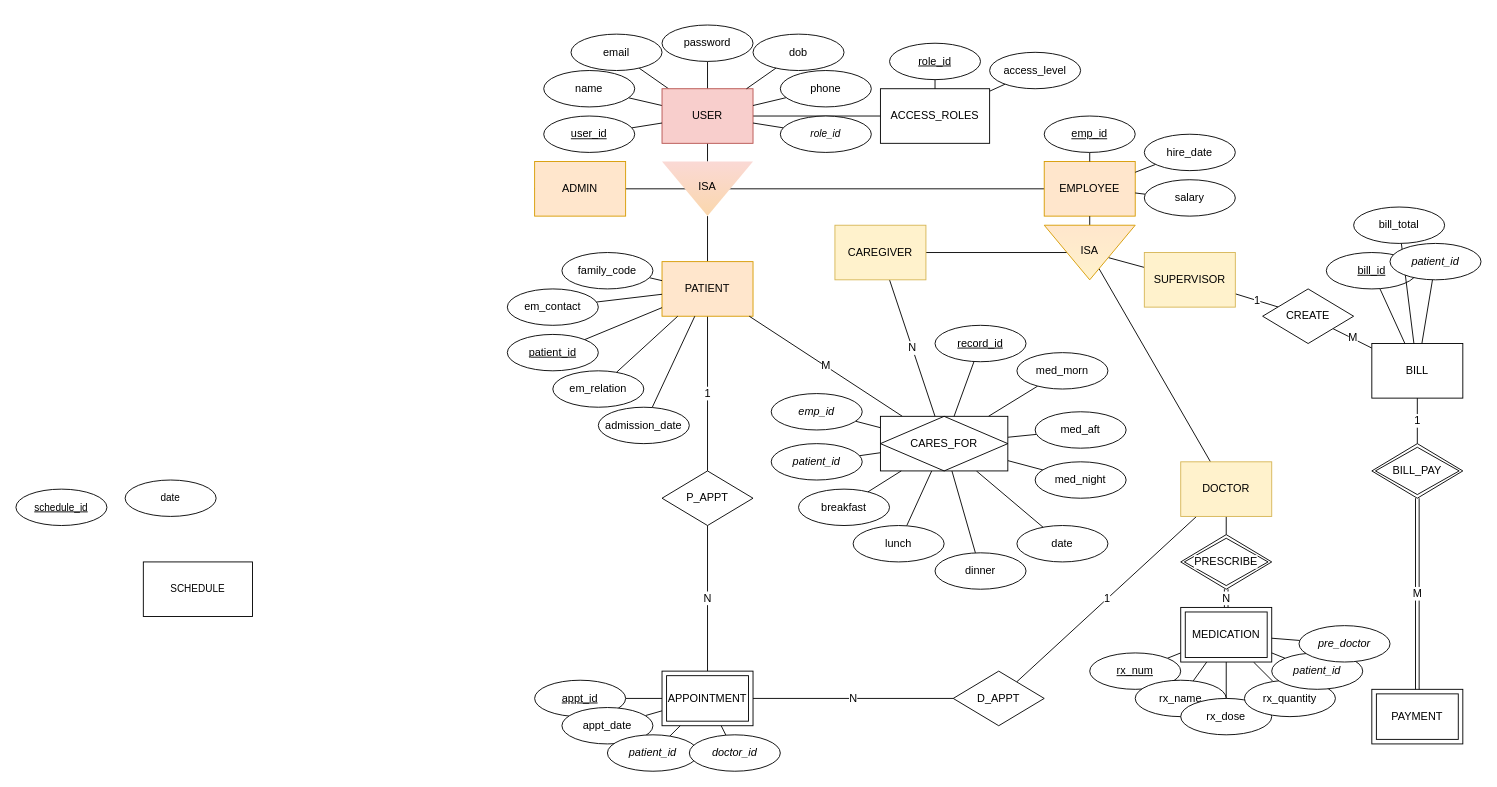
The draw.io diagram ERD.drawio in emott13/aegis, before the edit. Source tidied: cells renumbered, new cells numbered last; positions are measured from the earlier drawing's top-left corner, leaving out a move shared by most shapes. Both pictures are drawn from the tidied source at 91%, with x=0, y=0 at pixel (15, 25).
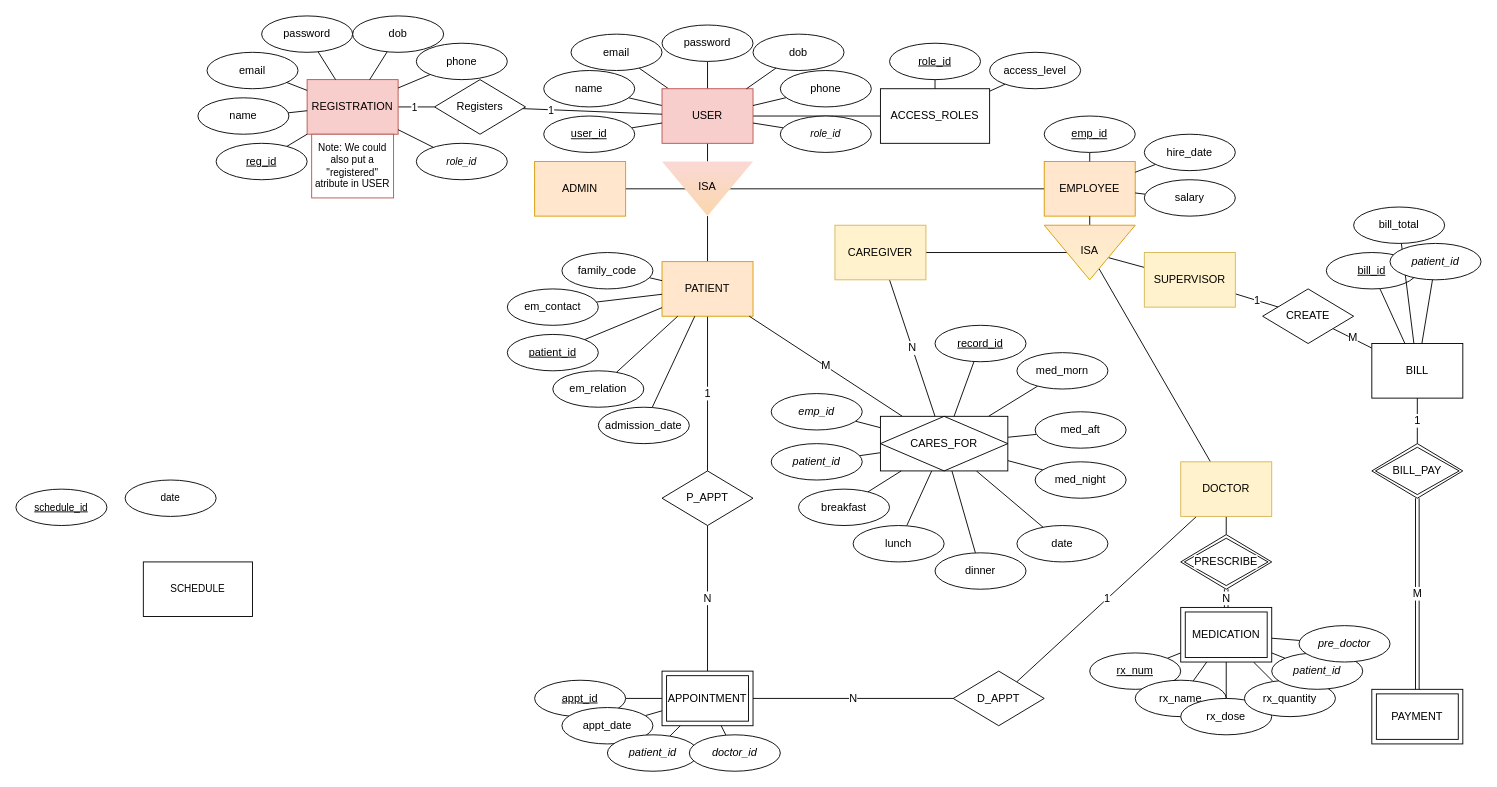
After the change.

Commit message:
Added REGISTRATION table to ERD

The change refers to these unchanged cells:
```xml
<mxCell id="7" value="USER" style="whiteSpace=wrap;html=1;align=center;fillColor=#f8cecc;strokeColor=#b85450;" parent="1" vertex="1">
  <mxGeometry x="710" y="70" width="100" height="60" as="geometry" />
</mxCell>
```

Change to the diagram source:
```diff
@@
+    <mxCell id="127" style="edgeStyle=none;shape=connector;rounded=1;html=1;strokeColor=default;align=center;verticalAlign=middle;fontFamily=Helvetica;fontSize=11;fontColor=default;labelBackgroundColor=default;endArrow=none;endFill=0;" parent="1" edge="1" source="131" target="7">
+      <mxGeometry relative="1" as="geometry" />
+    </mxCell>
+    <mxCell id="128" value="1" style="edgeLabel;html=1;align=center;verticalAlign=middle;fontFamily=Helvetica;fontSize=11;fontColor=default;labelBackgroundColor=default;" parent="127" vertex="1">
+      <mxGeometry x="-0.59" relative="1" as="geometry" />
+    </mxCell>
+    <mxCell id="129" style="edgeStyle=none;shape=connector;rounded=1;html=1;strokeColor=default;align=center;verticalAlign=middle;fontFamily=Helvetica;fontSize=11;fontColor=default;labelBackgroundColor=default;endArrow=none;endFill=0;" parent="1" edge="1" source="131" target="133">
+      <mxGeometry relative="1" as="geometry" />
+    </mxCell>
+    <mxCell id="130" value="1" style="edgeLabel;html=1;align=center;verticalAlign=middle;fontFamily=Helvetica;fontSize=11;fontColor=default;labelBackgroundColor=default;" parent="129" vertex="1">
+      <mxGeometry x="0.16" relative="1" as="geometry" />
+    </mxCell>
+    <mxCell id="131" value="Registers" style="shape=rhombus;perimeter=rhombusPerimeter;whiteSpace=wrap;html=1;align=center;strokeColor=default;verticalAlign=middle;fontFamily=Helvetica;fontSize=12;fontColor=default;fillColor=default;" parent="1" vertex="1">
+      <mxGeometry x="460" y="60" width="100" height="60" as="geometry" />
+    </mxCell>
+    <mxCell id="132" style="group;labelBackgroundColor=none;" parent="1" vertex="1">
+      <mxGeometry x="320" y="60" width="100" height="130" as="geometry" />
+    </mxCell>
+    <mxCell id="133" value="REGISTRATION" style="whiteSpace=wrap;html=1;align=center;fillColor=#f8cecc;strokeColor=#b85450;" parent="132" vertex="1">
+      <mxGeometry width="100" height="60" as="geometry" />
+    </mxCell>
+    <mxCell id="134" value="&lt;span&gt;Note: We could also put a &quot;registered&quot; atribute in USER&lt;/span&gt;" style="text;html=1;align=center;verticalAlign=middle;whiteSpace=wrap;rounded=0;fontFamily=Helvetica;fontSize=11;labelBackgroundColor=none;fillColor=default;strokeColor=#b85450;" parent="132" vertex="1">
+      <mxGeometry x="5" y="60" width="90" height="70" as="geometry" />
+    </mxCell>
+    <mxCell id="135" style="edgeStyle=none;shape=connector;rounded=1;html=1;strokeColor=default;align=center;verticalAlign=middle;fontFamily=Helvetica;fontSize=11;fontColor=default;labelBackgroundColor=default;endArrow=none;endFill=0;" parent="1" edge="1" source="136" target="133">
+      <mxGeometry relative="1" as="geometry" />
+    </mxCell>
+    <mxCell id="136" value="reg_id" style="ellipse;whiteSpace=wrap;html=1;align=center;strokeColor=default;verticalAlign=middle;fontFamily=Helvetica;fontSize=12;fontColor=default;labelBackgroundColor=default;fillColor=default;fontStyle=4;" parent="1" vertex="1">
+      <mxGeometry x="220" y="130" width="100" height="40" as="geometry" />
+    </mxCell>
+    <mxCell id="137" style="edgeStyle=none;shape=connector;rounded=1;html=1;strokeColor=default;align=center;verticalAlign=middle;fontFamily=Helvetica;fontSize=11;fontColor=default;labelBackgroundColor=default;endArrow=none;endFill=0;" parent="1" edge="1" source="138" target="133">
+      <mxGeometry relative="1" as="geometry" />
+    </mxCell>
+    <mxCell id="138" value="name" style="ellipse;whiteSpace=wrap;html=1;align=center;strokeColor=default;verticalAlign=middle;fontFamily=Helvetica;fontSize=12;fontColor=default;labelBackgroundColor=default;fillColor=default;" parent="1" vertex="1">
+      <mxGeometry x="200" y="80" width="100" height="40" as="geometry" />
+    </mxCell>
+    <mxCell id="139" style="edgeStyle=none;shape=connector;rounded=1;html=1;strokeColor=default;align=center;verticalAlign=middle;fontFamily=Helvetica;fontSize=11;fontColor=default;labelBackgroundColor=default;endArrow=none;endFill=0;" parent="1" edge="1" source="140" target="133">
+      <mxGeometry relative="1" as="geometry" />
+    </mxCell>
+    <mxCell id="140" value="email" style="ellipse;whiteSpace=wrap;html=1;align=center;strokeColor=default;verticalAlign=middle;fontFamily=Helvetica;fontSize=12;fontColor=default;labelBackgroundColor=default;fillColor=default;" parent="1" vertex="1">
+      <mxGeometry x="210" y="30" width="100" height="40" as="geometry" />
+    </mxCell>
+    <mxCell id="141" style="edgeStyle=none;shape=connector;rounded=1;html=1;strokeColor=default;align=center;verticalAlign=middle;fontFamily=Helvetica;fontSize=11;fontColor=default;labelBackgroundColor=default;endArrow=none;endFill=0;" parent="1" edge="1" source="142" target="133">
+      <mxGeometry relative="1" as="geometry" />
+    </mxCell>
+    <mxCell id="142" value="password" style="ellipse;whiteSpace=wrap;html=1;align=center;strokeColor=default;verticalAlign=middle;fontFamily=Helvetica;fontSize=12;fontColor=default;labelBackgroundColor=default;fillColor=default;" parent="1" vertex="1">
+      <mxGeometry x="270" y="-10" width="100" height="40" as="geometry" />
+    </mxCell>
+    <mxCell id="143" style="edgeStyle=none;shape=connector;rounded=1;html=1;strokeColor=default;align=center;verticalAlign=middle;fontFamily=Helvetica;fontSize=11;fontColor=default;labelBackgroundColor=default;endArrow=none;endFill=0;" parent="1" edge="1" source="144" target="133">
+      <mxGeometry relative="1" as="geometry" />
+    </mxCell>
+    <mxCell id="144" value="dob" style="ellipse;whiteSpace=wrap;html=1;align=center;strokeColor=default;verticalAlign=middle;fontFamily=Helvetica;fontSize=12;fontColor=default;labelBackgroundColor=default;fillColor=default;" parent="1" vertex="1">
+      <mxGeometry x="370" y="-10" width="100" height="40" as="geometry" />
+    </mxCell>
+    <mxCell id="145" style="edgeStyle=none;shape=connector;rounded=1;html=1;strokeColor=default;align=center;verticalAlign=middle;fontFamily=Helvetica;fontSize=11;fontColor=default;labelBackgroundColor=default;endArrow=none;endFill=0;" parent="1" edge="1" source="146" target="133">
+      <mxGeometry relative="1" as="geometry" />
+    </mxCell>
+    <mxCell id="146" value="&lt;i&gt;role_id&lt;/i&gt;" style="ellipse;whiteSpace=wrap;html=1;align=center;fontFamily=Helvetica;fontSize=11;fontColor=default;labelBackgroundColor=default;" parent="1" vertex="1">
+      <mxGeometry x="440" y="130" width="100" height="40" as="geometry" />
+    </mxCell>
+    <mxCell id="147" style="edgeStyle=none;shape=connector;rounded=1;html=1;strokeColor=default;align=center;verticalAlign=middle;fontFamily=Helvetica;fontSize=11;fontColor=default;labelBackgroundColor=default;endArrow=none;endFill=0;" parent="1" edge="1" source="148" target="133">
+      <mxGeometry relative="1" as="geometry" />
+    </mxCell>
+    <mxCell id="148" value="phone" style="ellipse;whiteSpace=wrap;html=1;align=center;strokeColor=default;verticalAlign=middle;fontFamily=Helvetica;fontSize=12;fontColor=default;labelBackgroundColor=default;fillColor=default;" parent="1" vertex="1">
+      <mxGeometry x="440" y="20" width="100" height="40" as="geometry" />
+    </mxCell>
```
